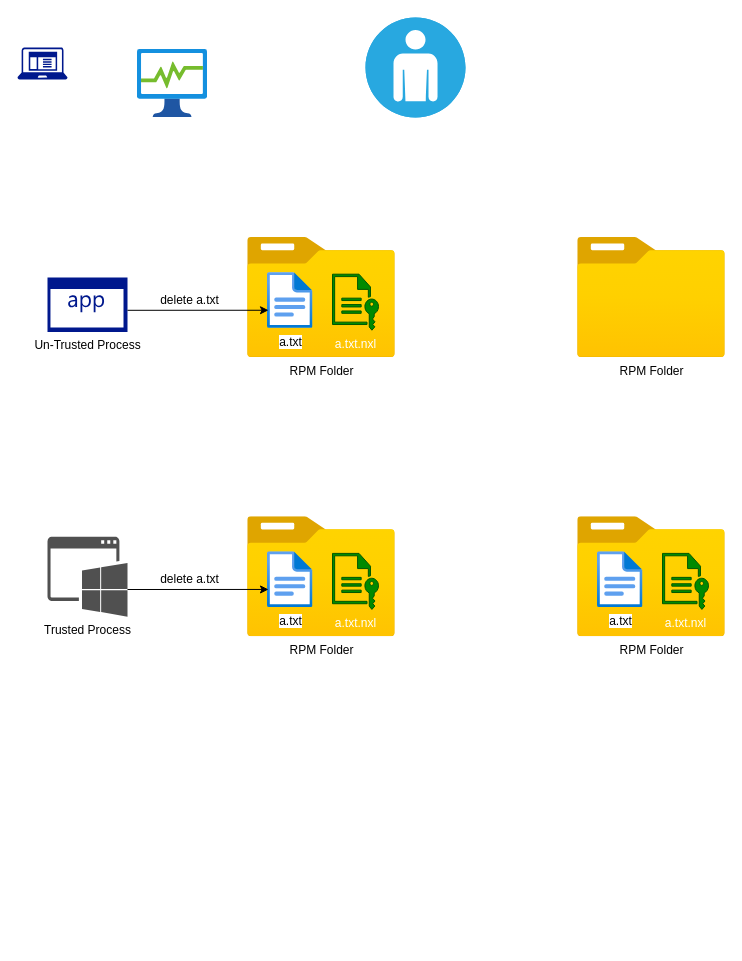
Earlier version of the draw.io diagram page "Page-1" (1 of 2) of ectr-rpm.drawio (linfenwen/draw_io). Source tidied: cells renumbered, new cells numbered last; positions are measured from the earlier drawing's top-left corner, leaving out a move shared by most shapes. Both pictures are drawn from the tidied source at 100%, with x=0, y=0 at pixel (17, 17). Pictures stored in the file or linked from it are replaced by grey dashed boxes.
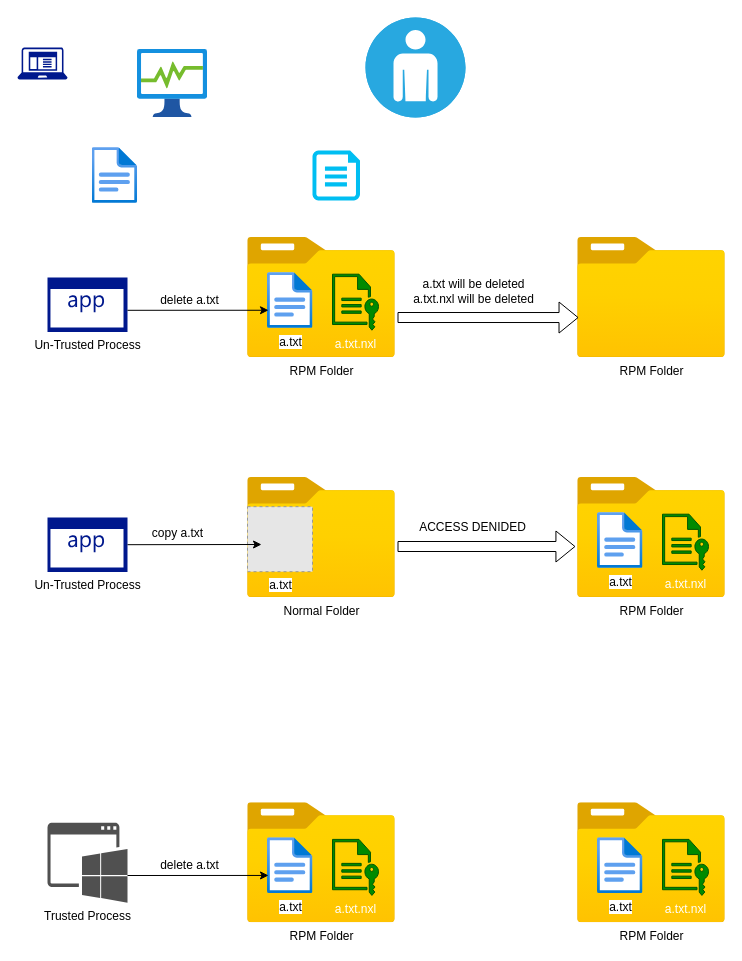
After the change.

The change refers to these unchanged cells:
```xml
<mxCell id="14" value="a.txt" style="html=1;points=[];align=center;image;fontSize=12;image=img/lib/azure2/general/File.svg;" parent="11" vertex="1">
  <mxGeometry x="20" y="35" width="45.5" height="56" as="geometry" />
</mxCell>
<mxCell id="23" value="RPM Folder" style="html=1;points=[];align=center;image;fontSize=12;image=img/lib/azure2/general/Folder_Blank.svg;" parent="1" vertex="1">
  <mxGeometry x="560" y="220" width="147.9" height="120" as="geometry" />
</mxCell>
```

Change to the diagram source:
```diff
@@
     <mxCell id="6" value="Trusted Process" style="shadow=0;dashed=0;html=1;strokeColor=none;fillColor=#505050;labelPosition=center;verticalLabelPosition=bottom;verticalAlign=top;align=center;shape=mxgraph.office.concepts.application_windows;" parent="1" vertex="1">
-      <mxGeometry x="30" y="519.2" width="80" height="80" as="geometry" />
+      <mxGeometry x="30" y="805.2" width="80" height="80" as="geometry" />
     </mxCell>
     <mxCell id="7" style="group;" parent="1" vertex="1">
-      <mxGeometry x="560" y="499.2" width="147.9" height="120" as="geometry" />
+      <mxGeometry x="560" y="785.2" width="147.9" height="120" as="geometry" />
     </mxCell>
@@
     <mxCell id="11" style="group;" parent="1" vertex="1">
-      <mxGeometry x="230" y="499.2" width="147.9" height="120" as="geometry" />
+      <mxGeometry x="230" y="785.2" width="147.9" height="120" as="geometry" />
     </mxCell>
@@
     <mxCell id="15" style="endArrow=classic;html=1;entryX=0.022;entryY=0.674;entryDx=0;entryDy=0;entryPerimeter=0;" parent="1" edge="1" target="14">
       <mxGeometry relative="1" as="geometry">
-        <mxPoint x="110" y="572" as="sourcePoint" />
+        <mxPoint x="110" y="858" as="sourcePoint" />
       </mxGeometry>
     </mxCell>
     <mxCell id="16" value="delete a.txt" style="text;html=1;align=center;verticalAlign=middle;strokeColor=none;" parent="1" vertex="1">
-      <mxGeometry x="137" y="552" width="70" height="20" as="geometry" />
+      <mxGeometry x="137" y="838" width="70" height="20" as="geometry" />
     </mxCell>
@@
+    <mxCell id="24" style="shape=flexArrow;endArrow=classic;html=1;entryX=0.007;entryY=0.667;entryDx=0;entryDy=0;entryPerimeter=0;" parent="1" edge="1" target="23">
+      <mxGeometry relative="1" as="geometry">
+        <mxPoint x="380" y="300" as="sourcePoint" />
+      </mxGeometry>
+    </mxCell>
+    <mxCell id="25" value="a.txt will be deleted&lt;br&gt;a.txt.nxl will be deleted" style="text;html=1;align=center;verticalAlign=middle;strokeColor=none;" parent="1" vertex="1">
+      <mxGeometry x="386" y="258.8" width="140" height="30" as="geometry" />
+    </mxCell>
+    <mxCell id="26" value="Un-Trusted Process" style="shadow=0;dashed=0;html=1;strokeColor=none;labelPosition=center;verticalLabelPosition=bottom;verticalAlign=top;align=center;fillColor=#00188D;shape=mxgraph.mscae.enterprise.application;" parent="1" vertex="1">
+      <mxGeometry x="30" y="500" width="80" height="54.4" as="geometry" />
+    </mxCell>
+    <mxCell id="27" style="group;" parent="1" vertex="1">
+      <mxGeometry x="560" y="460" width="147.9" height="120" as="geometry" />
+    </mxCell>
+    <mxCell id="28" value="RPM Folder" style="html=1;points=[];align=center;image;fontSize=12;image=img/lib/azure2/general/Folder_Blank.svg;" parent="27" vertex="1">
+      <mxGeometry width="147.9" height="120" as="geometry" />
+    </mxCell>
+    <mxCell id="29" value="a.txt.nxl" style="shadow=0;dashed=0;html=1;strokeColor=#005700;fillColor=#008a00;labelPosition=center;verticalLabelPosition=bottom;verticalAlign=top;align=center;shape=mxgraph.office.concepts.file_key;fontColor=#ffffff;" parent="27" vertex="1">
+      <mxGeometry x="85" y="36.7" width="46" height="56" as="geometry" />
+    </mxCell>
+    <mxCell id="30" value="a.txt" style="html=1;align=center;image;fontSize=12;image=img/lib/azure2/general/File.svg;" parent="27" vertex="1">
+      <mxGeometry x="20" y="35" width="45.5" height="56" as="geometry" />
+    </mxCell>
+    <mxCell id="31" value="copy a.txt" style="text;html=1;align=center;verticalAlign=middle;strokeColor=none;" parent="1" vertex="1">
+      <mxGeometry x="130" y="506" width="60" height="20" as="geometry" />
+    </mxCell>
+    <mxCell id="32" value="Normal Folder" style="html=1;align=center;image;fontSize=12;image=img/lib/azure2/general/Folder_Blank.svg;" parent="1" vertex="1">
+      <mxGeometry x="230" y="460" width="147.9" height="120" as="geometry" />
+    </mxCell>
+    <mxCell id="33" style="html=1;align=center;image;fontSize=12;image=img/lib/azure2/general/File.svg;labelBorderColor=#66FFB3;imageBackground=#FFFFFF;" parent="1" vertex="1">
+      <mxGeometry x="74.6" y="130" width="45.5" height="56" as="geometry" />
+    </mxCell>
+    <mxCell id="34" style="verticalLabelPosition=bottom;html=1;verticalAlign=top;align=center;strokeColor=none;fillColor=#00BEF2;shape=mxgraph.azure.cloud_services_configuration_file;" parent="1" vertex="1">
+      <mxGeometry x="295" y="133" width="47.5" height="50" as="geometry" />
+    </mxCell>
+    <mxCell id="35" value="a.txt" style="fillColor=#E6E6E6;strokeColor=#999999;dashed=1;html=1;verticalAlign=top;verticalLabelPosition=bottom;labelBackgroundColor=#ffffff;" parent="1" vertex="1">
+      <mxGeometry x="230" y="489.2" width="65" height="65" as="geometry" />
+    </mxCell>
+    <mxCell id="36" style="endArrow=classic;html=1;exitX=1;exitY=0.5;exitDx=0;exitDy=0;exitPerimeter=0;" parent="1" edge="1">
+      <mxGeometry relative="1" as="geometry">
+        <mxPoint x="110" y="527.2" as="sourcePoint" />
+        <mxPoint x="244" y="527" as="targetPoint" />
+      </mxGeometry>
+    </mxCell>
+    <mxCell id="37" style="shape=flexArrow;endArrow=classic;html=1;entryX=-0.014;entryY=0.575;entryDx=0;entryDy=0;entryPerimeter=0;" parent="1" edge="1" target="28">
+      <mxGeometry relative="1" as="geometry">
+        <mxPoint x="380" y="529" as="sourcePoint" />
+      </mxGeometry>
+    </mxCell>
+    <mxCell id="38" value="ACCESS DENIDED" style="text;html=1;align=center;verticalAlign=middle;strokeColor=none;" parent="1" vertex="1">
+      <mxGeometry x="395" y="500" width="120" height="20" as="geometry" />
+    </mxCell>
```
